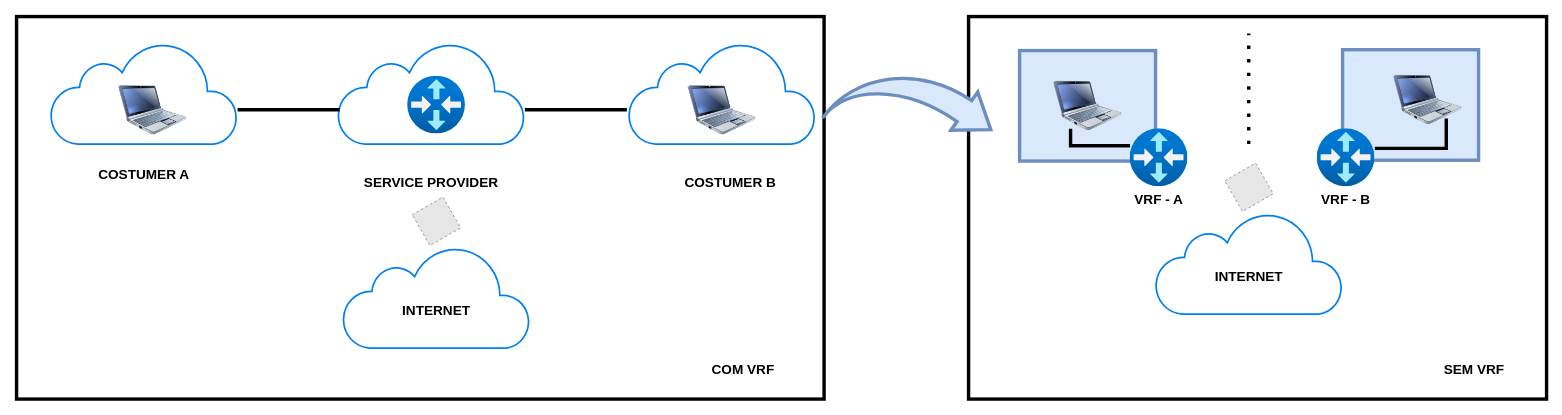
Before: CCNP 350-401 ENCOR/02 - Virtualization/10 - Virtual Routing and Forwarding (VRF LITE)/Imagens/vrf2.drawio in alcancil/Cisco, a draw.io diagram. Source tidied: cells renumbered, new cells numbered last; positions are measured from the earlier drawing's top-left corner, leaving out a move shared by most shapes. Both pictures are drawn from the tidied source at 85%, with x=0, y=0 at pixel (16, 16). Pictures stored in the file or linked from it are replaced by grey dashed boxes.
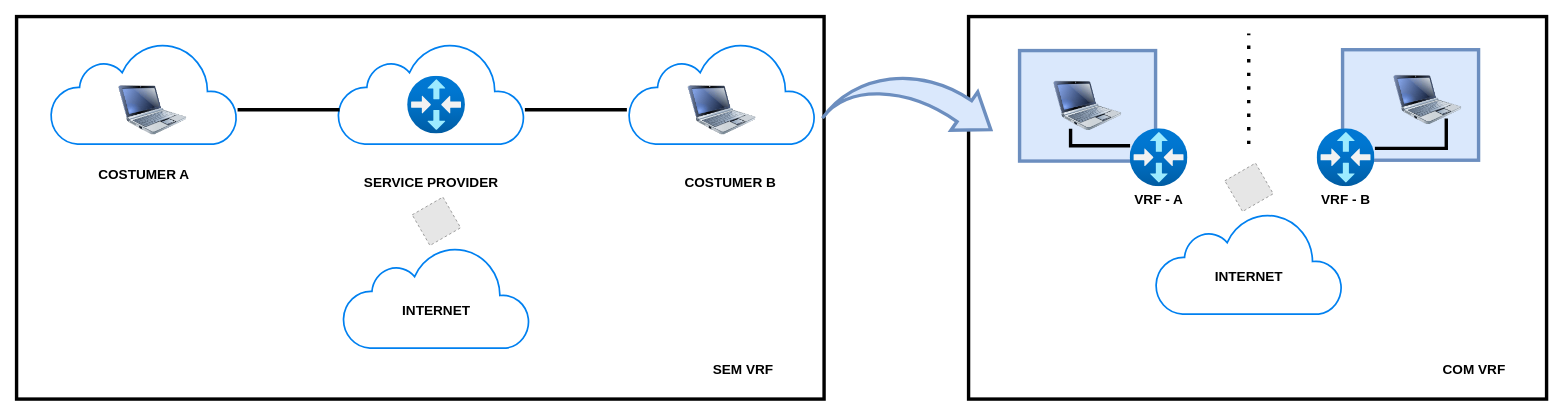
After the change.

Commit message (it also covers changes not shown here):
Adicionado a pasta 10 - Virtual Routing and Forwarding (VRF LITE)

Diff of the diagram source:
```diff
@@
-    <mxCell id="18" value="COM VRF" style="text;html=1;strokeColor=none;fillColor=none;align=center;verticalAlign=middle;whiteSpace=wrap;rounded=0;fontSize=16;fontStyle=1;" parent="1" vertex="1">
+    <mxCell id="18" value="SEM VRF" style="text;html=1;strokeColor=none;fillColor=none;align=center;verticalAlign=middle;whiteSpace=wrap;rounded=0;fontSize=16;fontStyle=1;" parent="1" vertex="1">
       <mxGeometry x="770" y="400" width="170" height="30" as="geometry" />
     </mxCell>
@@
-    <mxCell id="34" value="SEM VRF" style="text;html=1;strokeColor=none;fillColor=none;align=center;verticalAlign=middle;whiteSpace=wrap;rounded=0;fontSize=16;fontStyle=1;" parent="1" vertex="1">
+    <mxCell id="34" value="COM VRF" style="text;html=1;strokeColor=none;fillColor=none;align=center;verticalAlign=middle;whiteSpace=wrap;rounded=0;fontSize=16;fontStyle=1;" parent="1" vertex="1">
       <mxGeometry x="1630" y="400" width="170" height="30" as="geometry" />
     </mxCell>
```
